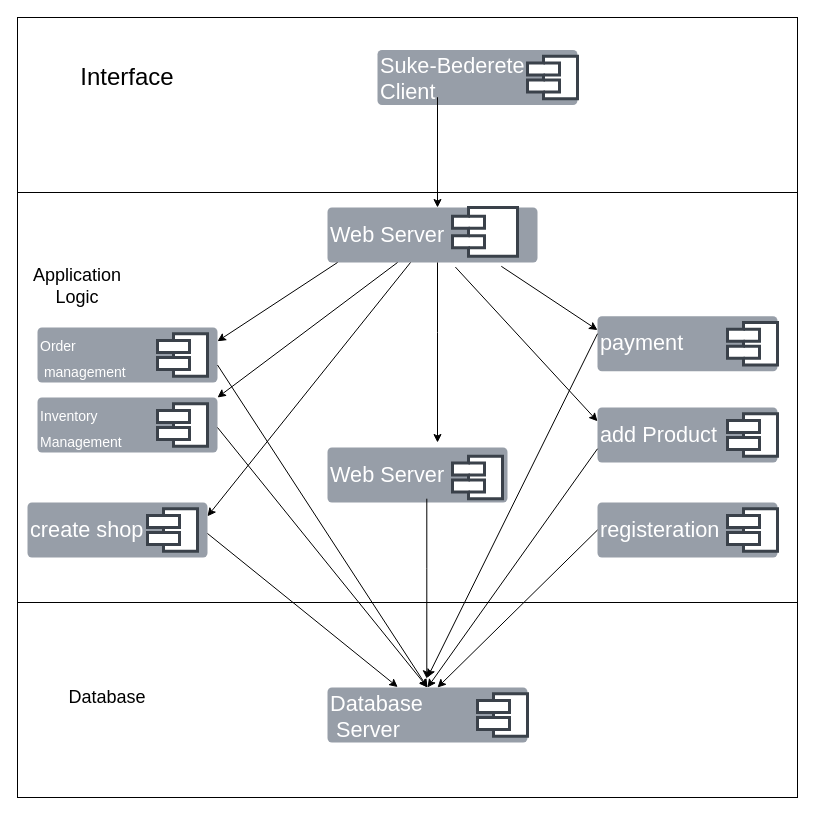
Earlier version of the draw.io diagram page "Page-1" (1 of 7) of Untitled Diagram.drawio (Esubalew-Sintie/PieChart). Source tidied: cells renumbered, new cells numbered last; positions are measured from the earlier drawing's top-left corner, leaving out a move shared by most shapes. Both pictures are drawn from the tidied source at 100%, with x=0, y=0 at pixel (17, 17).
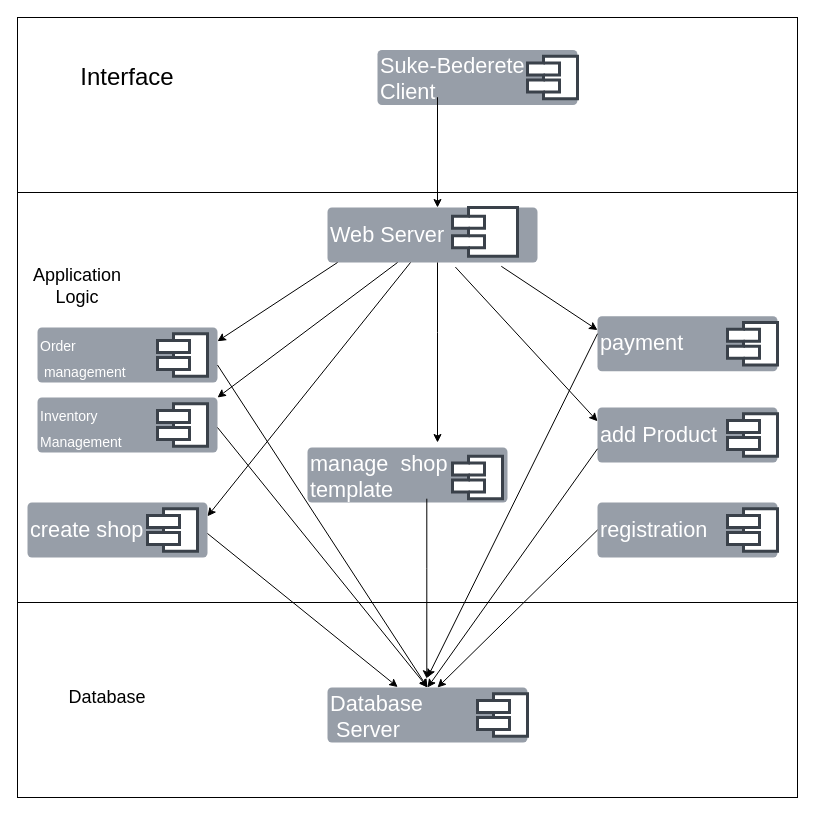
Above is the later version.

Change to the diagram source:
```diff
@@
-    <mxCell id="20" value="registeration" style="html=1;overflow=block;blockSpacing=1;whiteSpace=wrap;fontSize=21.7;fontColor=#ffffff;align=left;spacing=3.8;verticalAlign=middle;strokeColor=none;strokeOpacity=100;fillOpacity=100;rounded=1;absoluteArcSize=1;arcSize=9;fillColor=#979ea8;strokeWidth=0;lucidId=LtHx1uukUI~n;" parent="1" vertex="1">
+    <mxCell id="20" value="registration&amp;nbsp;" style="html=1;overflow=block;blockSpacing=1;whiteSpace=wrap;fontSize=21.7;fontColor=#ffffff;align=left;spacing=3.8;verticalAlign=middle;strokeColor=none;strokeOpacity=100;fillOpacity=100;rounded=1;absoluteArcSize=1;arcSize=9;fillColor=#979ea8;strokeWidth=0;lucidId=LtHx1uukUI~n;" parent="1" vertex="1">
       <mxGeometry x="580" y="485" width="180" height="55" as="geometry" />
     </mxCell>
@@
-    <mxCell id="22" value="Web Server" style="html=1;overflow=block;blockSpacing=1;whiteSpace=wrap;fontSize=21.7;fontColor=#ffffff;align=left;spacing=3.8;verticalAlign=middle;strokeColor=none;strokeOpacity=100;fillOpacity=100;rounded=1;absoluteArcSize=1;arcSize=9;fillColor=#979ea8;strokeWidth=0;lucidId=LtHx1uukUI~n;" parent="1" vertex="1">
-      <mxGeometry x="310" y="430" width="180" height="55" as="geometry" />
+    <mxCell id="22" value="manage&amp;nbsp; shop template" style="html=1;overflow=block;blockSpacing=1;whiteSpace=wrap;fontSize=21.7;fontColor=#ffffff;align=left;spacing=3.8;verticalAlign=middle;strokeColor=none;strokeOpacity=100;fillOpacity=100;rounded=1;absoluteArcSize=1;arcSize=9;fillColor=#979ea8;strokeWidth=0;lucidId=LtHx1uukUI~n;" parent="1" vertex="1">
+      <mxGeometry x="290" y="430" width="200" height="55" as="geometry" />
     </mxCell>
```
